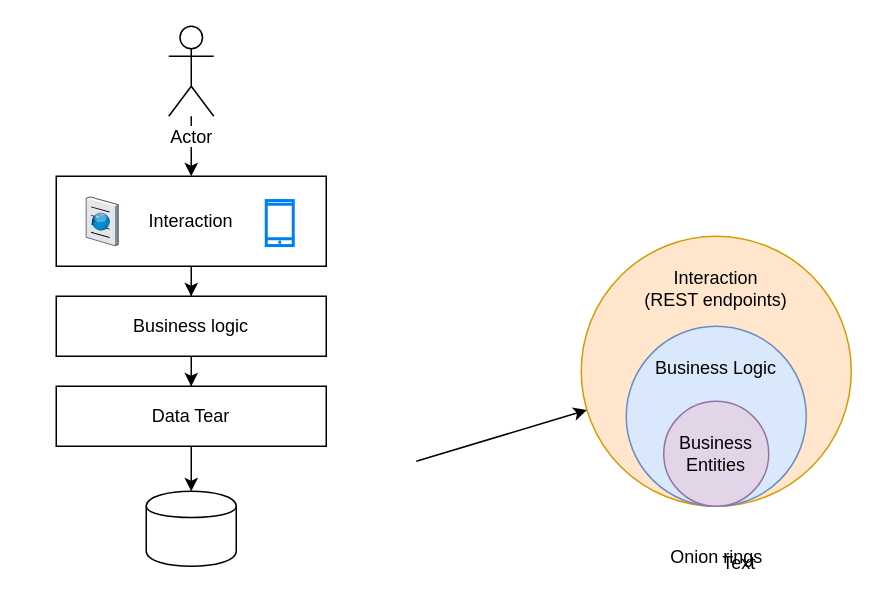
Before: page "Page-1" (1 of 2) of clean-architecture.drawio in mohammadabdellatif/htu-java-upskilling-0202, a draw.io diagram. Source tidied: cells renumbered, new cells numbered last; positions are measured from the earlier drawing's top-left corner, leaving out a move shared by most shapes. Both pictures are drawn from the tidied source at 150%, with x=0, y=0 at pixel (56, 26).
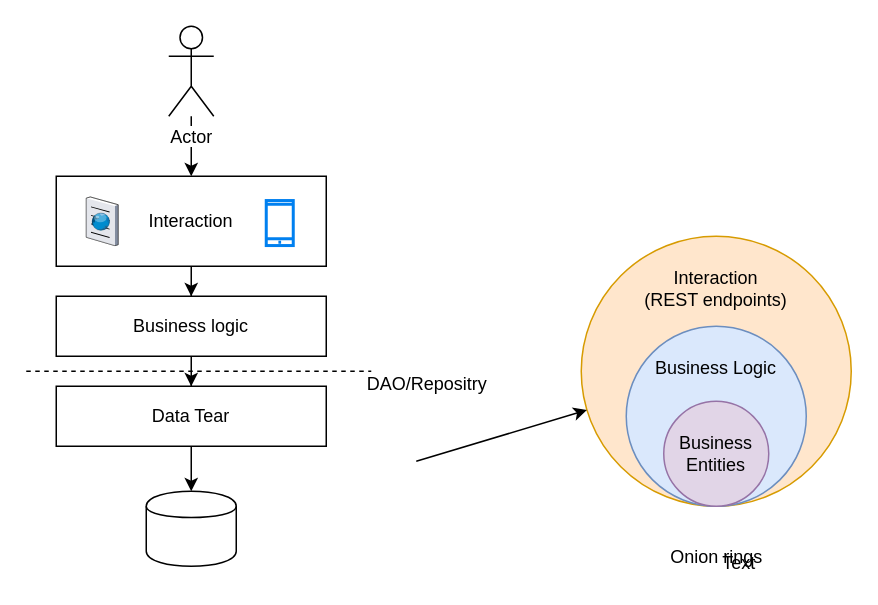
The same page after the edit.

What changed in the source:
```diff
@@
+    <mxCell id="19" style="endArrow=none;dashed=1;html=1;" parent="1" edge="1">
+      <mxGeometry relative="1" as="geometry">
+        <mxPoint x="-20" y="230" as="sourcePoint" />
+        <mxPoint x="210" y="230" as="targetPoint" />
+      </mxGeometry>
+    </mxCell>
+    <mxCell id="20" value="DAO/Repositry" style="text;html=1;align=center;verticalAlign=middle;" parent="1" vertex="1">
+      <mxGeometry x="197" y="229" width="100" height="20" as="geometry" />
+    </mxCell>
```
